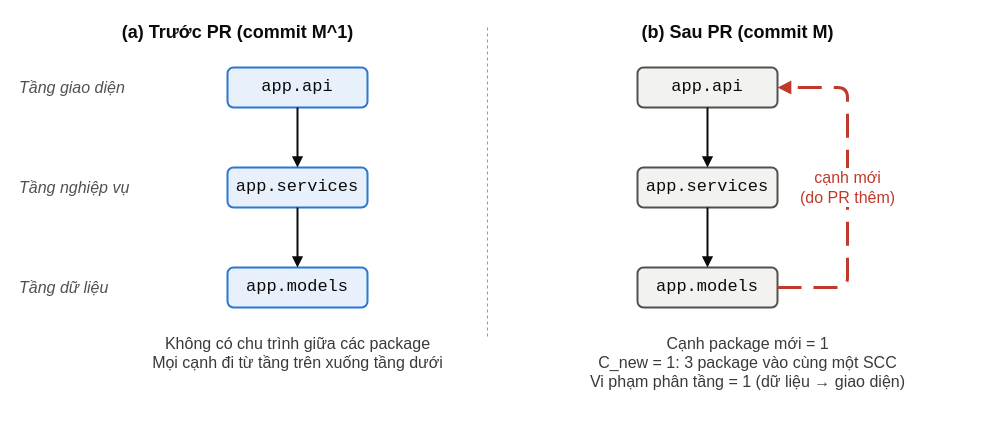
This is results/figures/src/fig2_metric_example.drawio from Russell1817/XOI-MON-KIEN-TRUC-DO-AI-AGENT, a draw.io file, before an edit. Source tidied: cells renumbered, new cells numbered last; positions are measured from the earlier drawing's top-left corner, leaving out a move shared by most shapes. Both pictures are drawn from the tidied source at 100%, with x=0, y=0 at pixel (17, 17).
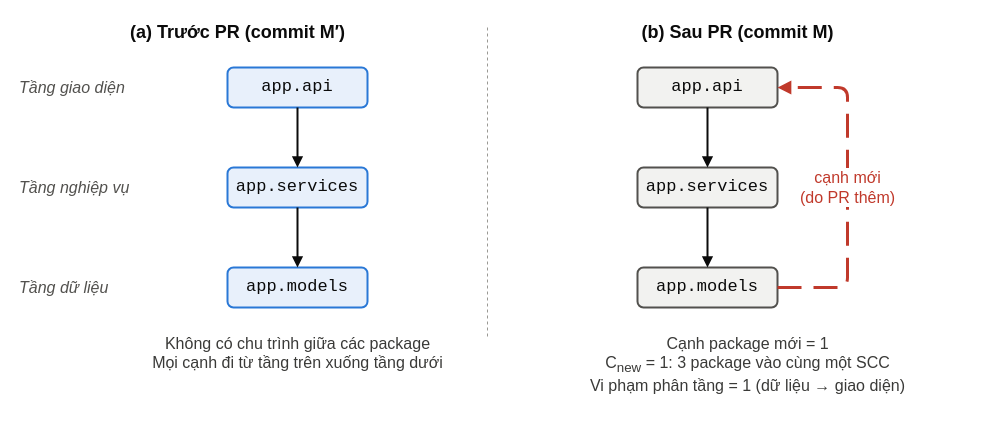
Above is the later version.

The edit, as a diff of the source:
```diff
@@
-    <mxCell id="2" value="&lt;b&gt;(a) Trước PR (commit M^1)&lt;/b&gt;" style="text;html=1;align=center;verticalAlign=middle;fontFamily=Arial;fontSize=18;fontColor=#0B0B0B;" parent="1" vertex="1">
+    <mxCell id="2" value="&lt;b&gt;(a) Trước PR (commit M′)&lt;/b&gt;" style="text;html=1;align=center;verticalAlign=middle;fontFamily=Arial;fontSize=18;fontColor=#0B0B0B;" parent="1" vertex="1">
       <mxGeometry x="20" width="400" height="30" as="geometry" />
     </mxCell>
@@
-    <mxCell id="20" value="Cạnh package mới = 1&lt;br&gt;C_new = 1: 3 package vào cùng một SCC&lt;br&gt;Vi phạm phân tầng = 1 (dữ liệu → giao diện)" style="text;html=1;align=center;verticalAlign=top;fontFamily=Arial;fontSize=16;fontColor=#3A3A38;" parent="1" vertex="1">
+    <mxCell id="20" value="Cạnh package mới = 1&lt;br&gt;C&lt;sub&gt;new&lt;/sub&gt; = 1: 3 package vào cùng một SCC&lt;br&gt;Vi phạm phân tầng = 1 (dữ liệu → giao diện)" style="text;html=1;align=center;verticalAlign=top;fontFamily=Arial;fontSize=16;fontColor=#3A3A38;" parent="1" vertex="1">
       <mxGeometry x="510" y="310" width="440" height="80" as="geometry" />
     </mxCell>
```
